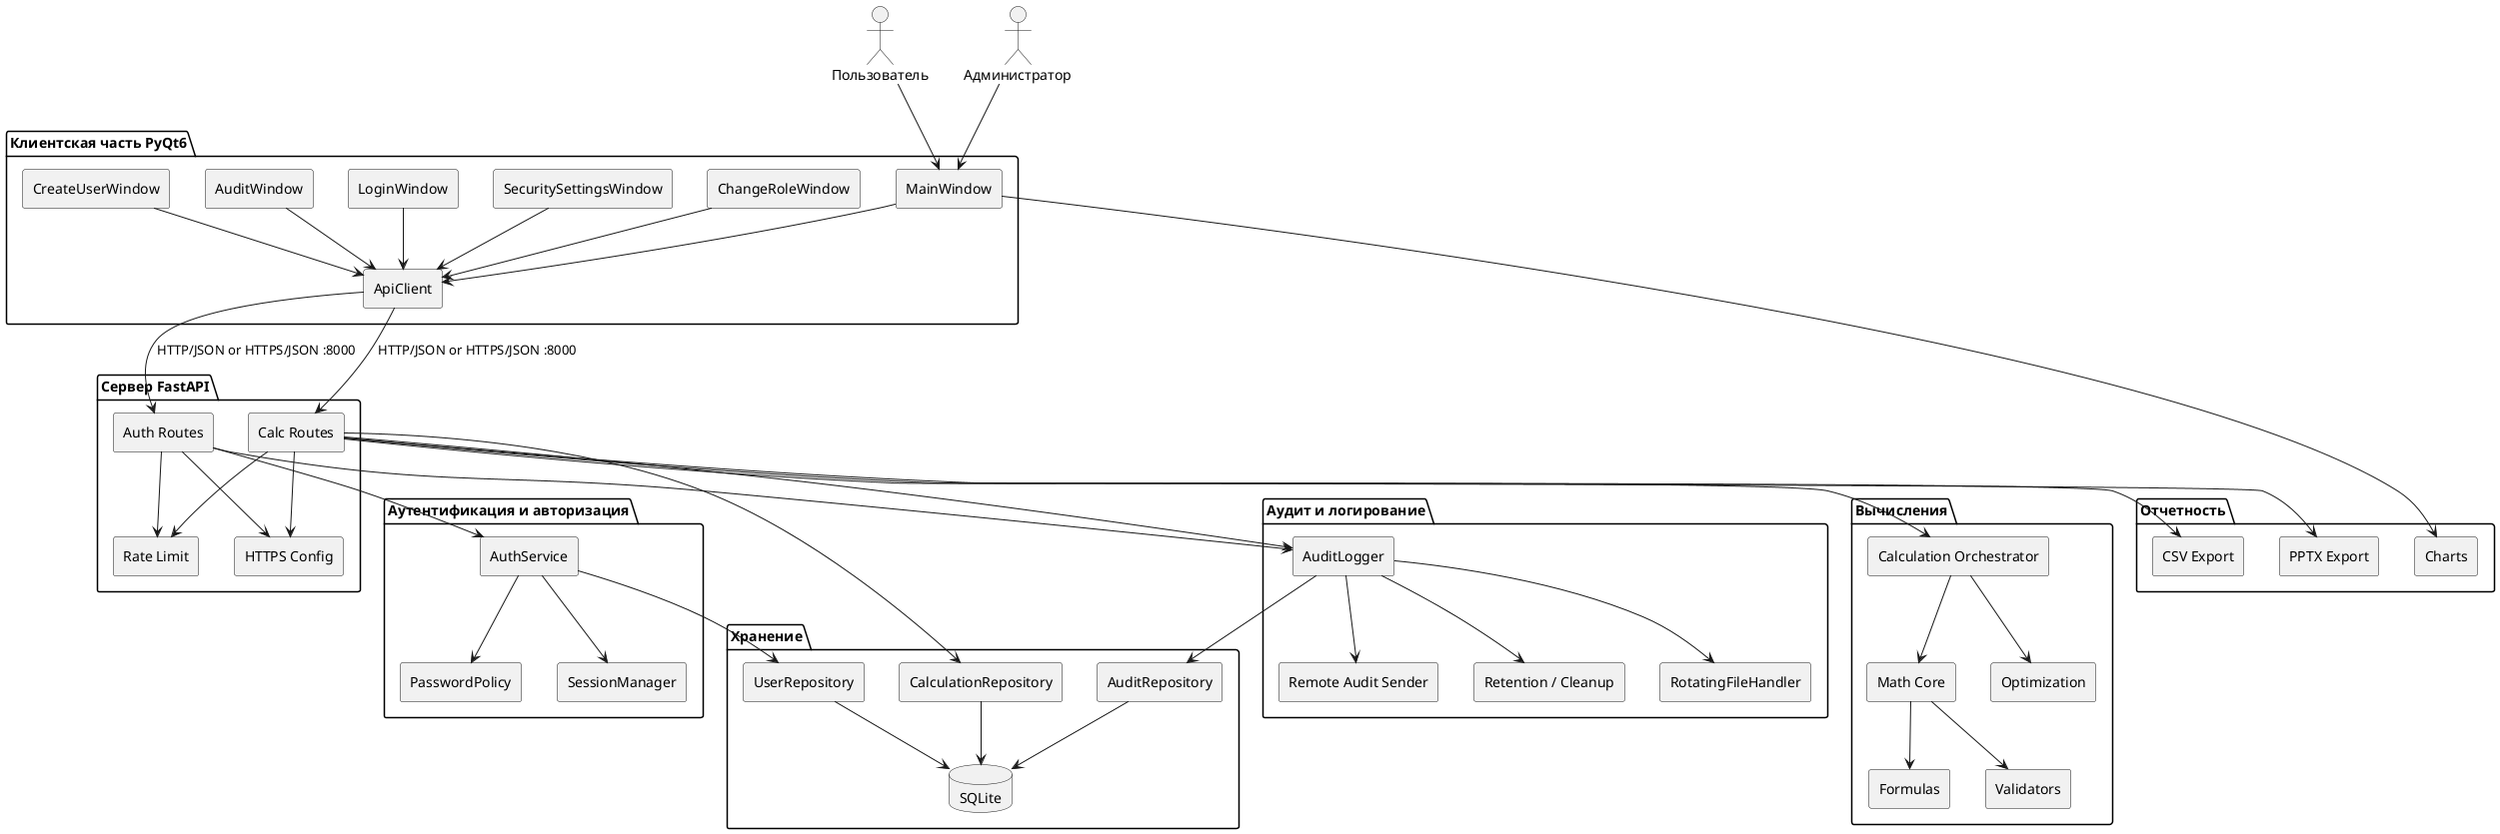
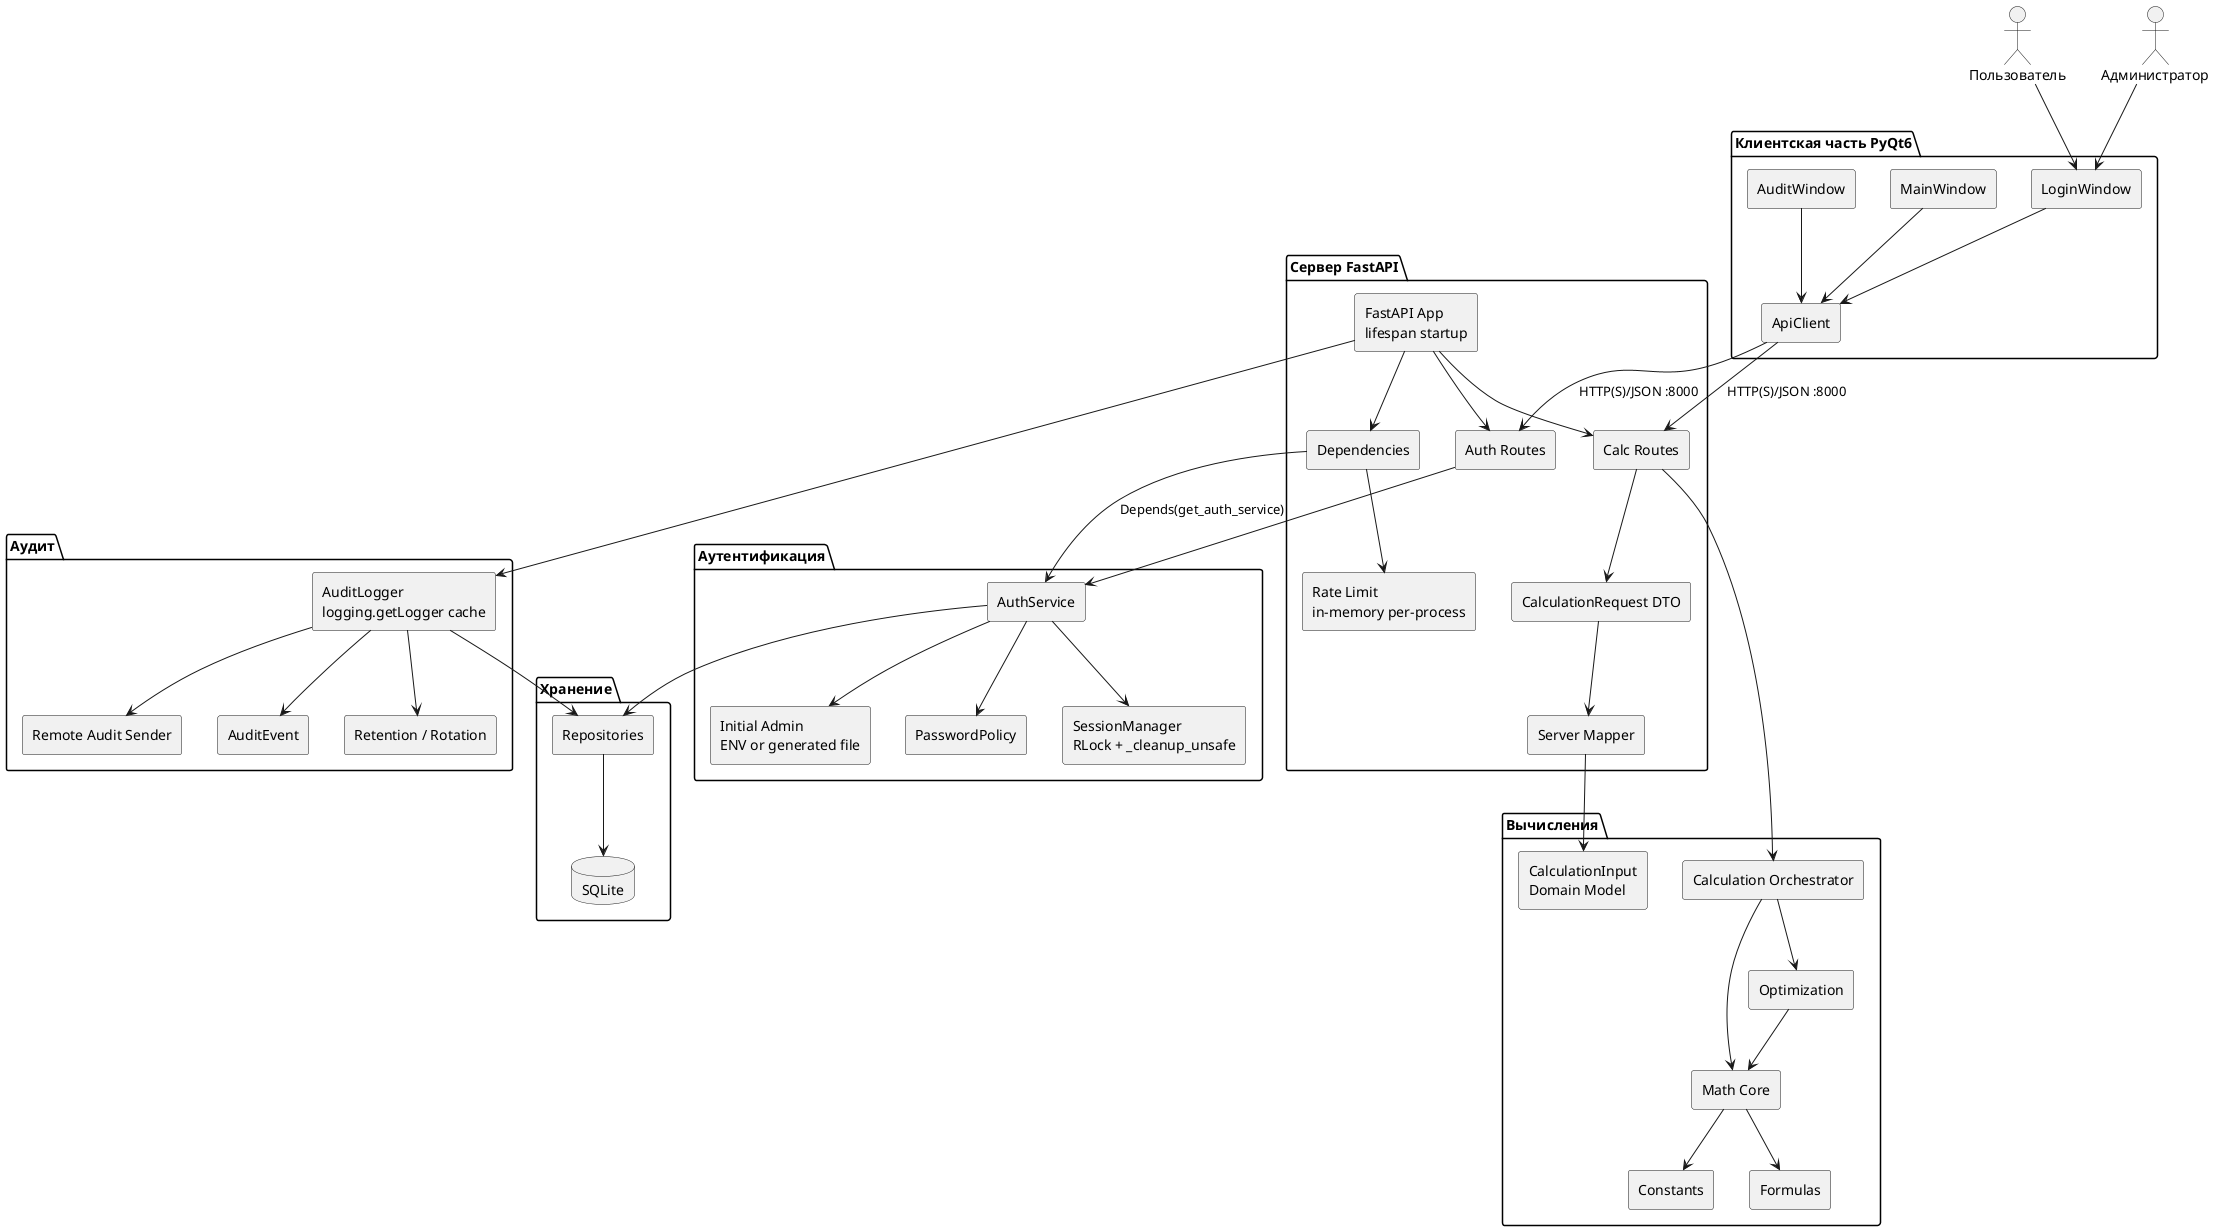
@startuml
skinparam componentStyle rectangle
actor "Пользователь" as User
actor "Администратор" as Admin

package "Клиентская часть PyQt6" {
  [LoginWindow] as LoginWindow
  [MainWindow] as MainWindow
  [AuditWindow] as AuditWindow
-   [CreateUserWindow] as CreateUserWindow
-   [ChangeRoleWindow] as ChangeRoleWindow
-   [SecuritySettingsWindow] as SecuritySettingsWindow
  [ApiClient] as ApiClient
}

package "Сервер FastAPI" {
+   [FastAPI App\nlifespan startup] as API
  [Auth Routes] as AuthRoutes
  [Calc Routes] as CalcRoutes
-   [Rate Limit] as RateLimit
-   [HTTPS Config] as HTTPS
+   [Dependencies] as Dependencies
+   [Rate Limit\nin-memory per-process] as RateLimit
+   [CalculationRequest DTO] as CalcDTO
+   [Server Mapper] as Mapper
}

- package "Аутентификация и авторизация" {
+ package "Аутентификация" {
  [AuthService] as AuthService
  [PasswordPolicy] as PasswordPolicy
-   [SessionManager] as SessionManager
+   [SessionManager\nRLock + _cleanup_unsafe] as SessionManager
+   [Initial Admin\nENV or generated file] as InitialAdmin
}

package "Вычисления" {
+   [CalculationInput\nDomain Model] as CalcInput
  [Calculation Orchestrator] as Orchestrator
  [Math Core] as Core
+   [Constants] as Constants
  [Formulas] as Formulas
  [Optimization] as Optimization
-   [Validators] as Validators
}

package "Хранение" {
-   [UserRepository] as UserRepo
-   [CalculationRepository] as CalcRepo
-   [AuditRepository] as AuditRepo
+   [Repositories] as Repos
  database "SQLite" as DB
}

- package "Аудит и логирование" {
-   [AuditLogger] as AuditLogger
-   [Retention / Cleanup] as Retention
-   [RotatingFileHandler] as Rotation
+ package "Аудит" {
+   [AuditEvent] as AuditEvent
+   [AuditLogger\nlogging.getLogger cache] as AuditLogger
+   [Retention / Rotation] as AuditStorage
  [Remote Audit Sender] as RemoteAudit
}

- package "Отчетность" {
-   [Charts] as Charts
-   [CSV Export] as CSV
-   [PPTX Export] as PPTX
- }
+ User --> LoginWindow
+ Admin --> LoginWindow
+ LoginWindow --> ApiClient
+ MainWindow --> ApiClient
+ AuditWindow --> ApiClient

- User --> MainWindow
- Admin --> MainWindow
- MainWindow --> ApiClient
- LoginWindow --> ApiClient
- AuditWindow --> ApiClient
- CreateUserWindow --> ApiClient
- ChangeRoleWindow --> ApiClient
- SecuritySettingsWindow --> ApiClient
+ ApiClient --> AuthRoutes : HTTP(S)/JSON :8000
+ ApiClient --> CalcRoutes : HTTP(S)/JSON :8000

- ApiClient --> AuthRoutes : HTTP/JSON or HTTPS/JSON :8000
- ApiClient --> CalcRoutes : HTTP/JSON or HTTPS/JSON :8000
+ API --> Dependencies
+ API --> AuthRoutes
+ API --> CalcRoutes
+ API --> AuditLogger

+ Dependencies --> AuthService : Depends(get_auth_service)
+ Dependencies --> RateLimit
AuthRoutes --> AuthService
- AuthRoutes --> RateLimit
- CalcRoutes --> RateLimit
- AuthRoutes --> HTTPS
- CalcRoutes --> HTTPS
- 
AuthService --> PasswordPolicy
AuthService --> SessionManager
- AuthService --> UserRepo
+ AuthService --> InitialAdmin
+ AuthService --> Repos

+ CalcRoutes --> CalcDTO
+ CalcDTO --> Mapper
+ Mapper --> CalcInput
CalcRoutes --> Orchestrator
Orchestrator --> Core
Orchestrator --> Optimization
+ Core --> Constants
Core --> Formulas
- Core --> Validators
+ Optimization --> Core

- UserRepo --> DB
- CalcRepo --> DB
- AuditRepo --> DB
- CalcRoutes --> CalcRepo
- 
- AuthRoutes --> AuditLogger
- CalcRoutes --> AuditLogger
- AuditLogger --> AuditRepo
- AuditLogger --> Rotation
- AuditLogger --> Retention
+ Repos --> DB
+ AuditLogger --> AuditEvent
+ AuditLogger --> Repos
+ AuditLogger --> AuditStorage
AuditLogger --> RemoteAudit
- 
- CalcRoutes --> CSV
- CalcRoutes --> PPTX
- MainWindow --> Charts
@enduml
